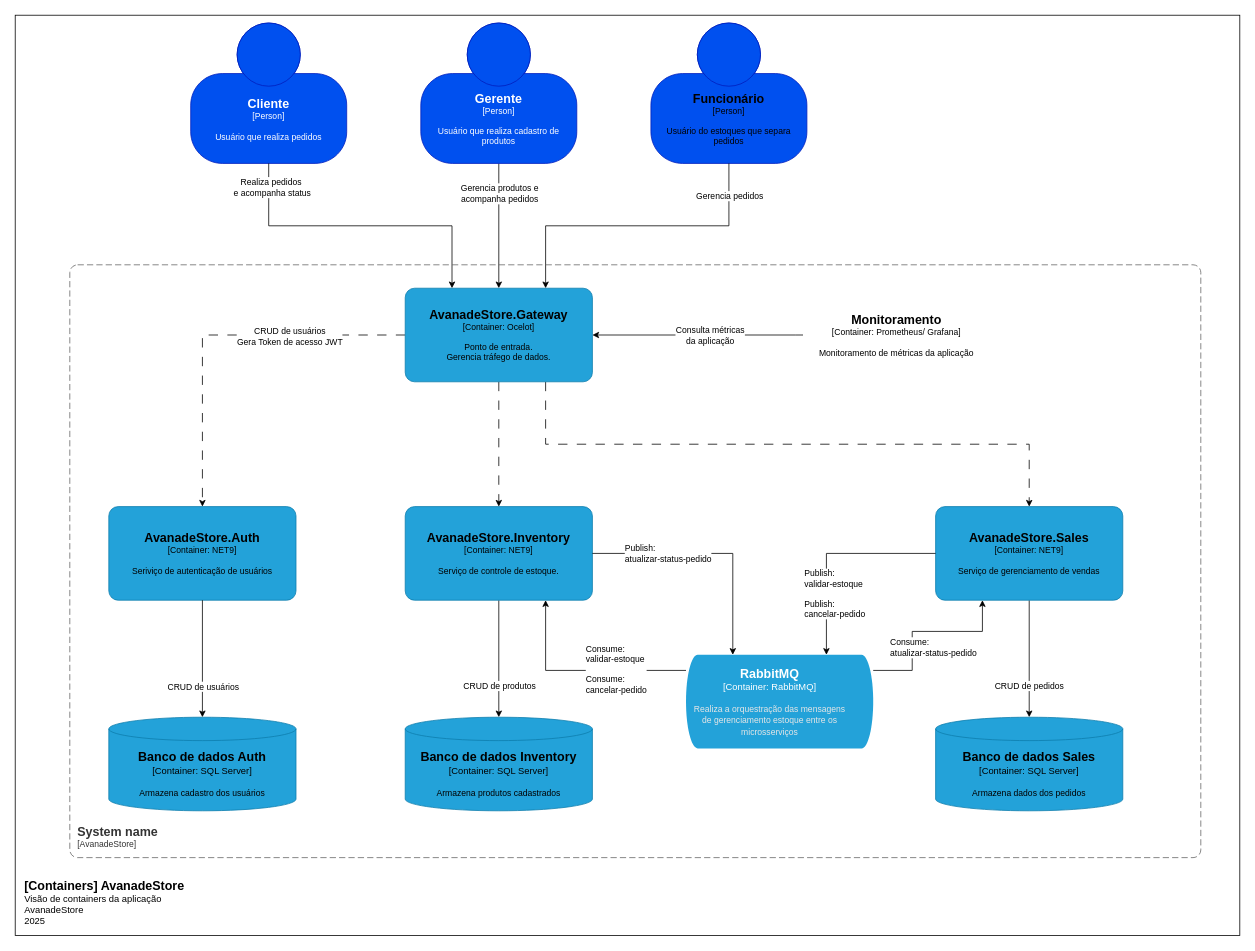
Before: page "Containers" (2 of 4) of AvanadeStore.Gateway/Diagrams/AvanadeStore-Microservices.drawio in b01tech/AvanadeStore-Microservices, a draw.io diagram. Source tidied: cells renumbered, new cells numbered last; positions are measured from the earlier drawing's top-left corner, leaving out a move shared by most shapes. Both pictures are drawn from the tidied source at 78%, with x=0, y=0 at pixel (15, 15).
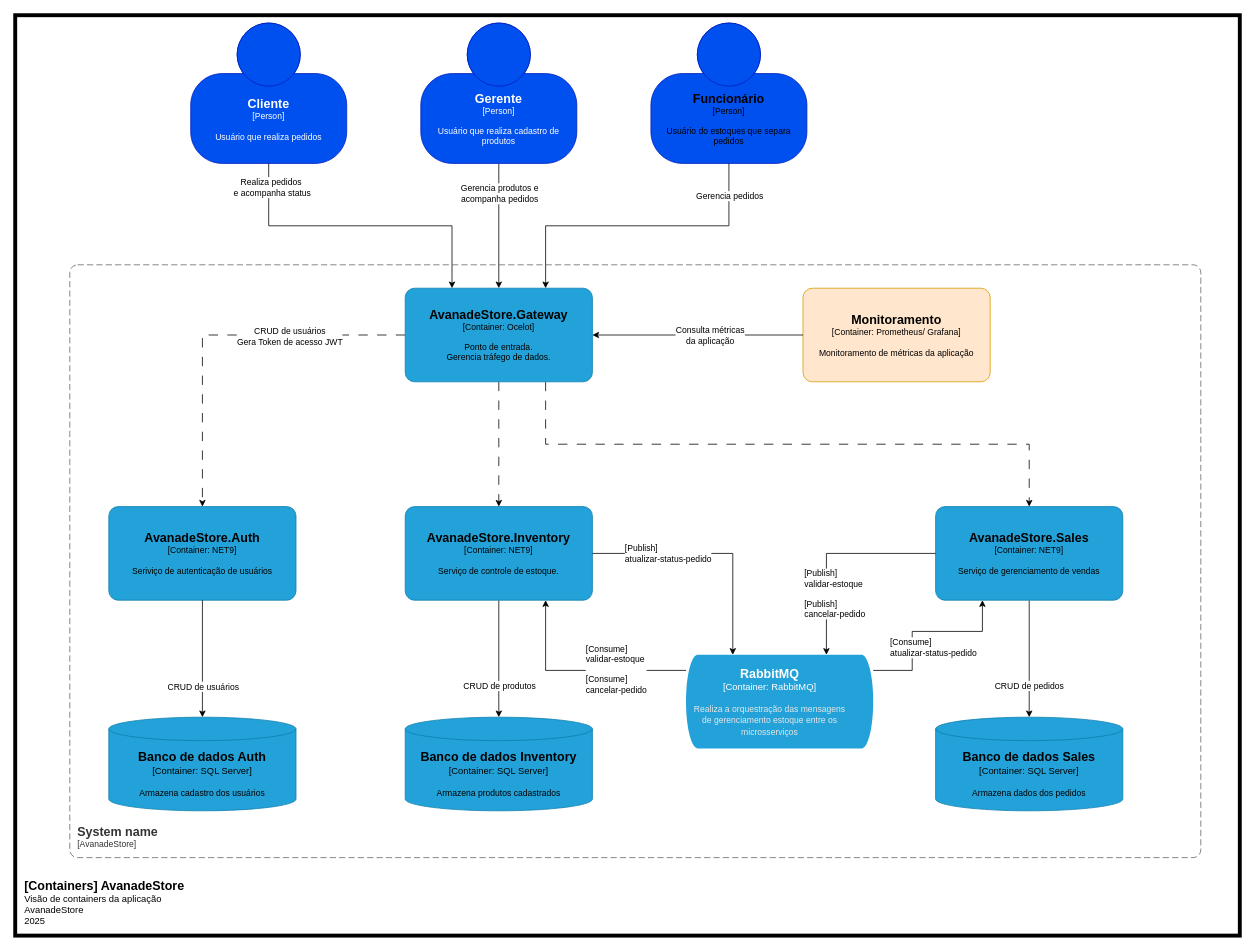
Above is the later version.

Commit message (it also covers changes not shown here):
docs: update system context diagrams

The change refers to these unchanged cells:
```xml
<mxCell id="34" style="edgeStyle=orthogonalEdgeStyle;rounded=0;jettySize=auto;html=1;entryX=0;entryY=0.75;entryDx=0;entryDy=0;entryPerimeter=0;" parent="1" edge="1" source="18" target="23">
  <mxGeometry relative="1" as="geometry" />
</mxCell>
<mxCell id="36" style="edgeStyle=orthogonalEdgeStyle;rounded=0;jettySize=auto;html=1;entryX=0;entryY=0.25;entryDx=0;entryDy=0;entryPerimeter=0;" parent="1" edge="1" source="20" target="23">
  <mxGeometry relative="1" as="geometry" />
</mxCell>
<mxCell id="38" style="edgeStyle=orthogonalEdgeStyle;rounded=0;jettySize=auto;html=1;entryX=0.25;entryY=1;entryDx=0;entryDy=0;entryPerimeter=0;" parent="1" edge="1" source="23" target="20">
  <mxGeometry relative="1" as="geometry">
    <Array as="points">
      <mxPoint x="1150" y="840" />
      <mxPoint x="1150" y="790" />
      <mxPoint x="1240" y="790" />
    </Array>
  </mxGeometry>
</mxCell>
<mxCell id="40" style="edgeStyle=orthogonalEdgeStyle;rounded=0;jettySize=auto;html=1;entryX=0.75;entryY=1;entryDx=0;entryDy=0;entryPerimeter=0;" parent="1" edge="1" source="23" target="18">
  <mxGeometry relative="1" as="geometry">
    <Array as="points">
      <mxPoint x="680" y="840" />
    </Array>
  </mxGeometry>
</mxCell>
```

The edit, as a diff of the source:
```diff
@@
-    <mxCell id="2" style="rounded=0;whiteSpace=wrap;html=1;fillColor=none;" parent="1" vertex="1">
+    <mxCell id="2" style="rounded=0;whiteSpace=wrap;html=1;fillColor=none;strokeWidth=5;" parent="1" vertex="1">
       <mxGeometry width="1570" height="1180" as="geometry" />
     </mxCell>
@@
     <object id="13" label="&lt;font style=&quot;font-size: 16px&quot;&gt;&lt;b&gt;%c4Name%&lt;/b&gt;&lt;/font&gt;&lt;div&gt;[%c4Type%: %c4Technology%]&lt;/div&gt;&lt;br&gt;&lt;div&gt;&lt;font style=&quot;font-size: 11px&quot;&gt;&lt;font&gt;%c4Description%&lt;/font&gt;&lt;/font&gt;&lt;/div&gt;" c4Description="Monitoramento de métricas da aplicação" c4Name="Monitoramento" c4Technology="Prometheus/ Grafana" c4Type="Container" placeholders="1">
-      <mxCell style="rounded=1;whiteSpace=wrap;html=1;fontSize=11;labelBackgroundColor=none;fillColor=light-dark(#FFFFFF,#994C00);fontColor=default;align=center;arcSize=10;strokeColor=none;points=[[0.25,0,0],[0.5,0,0],[0.75,0,0],[1,0.25,0],[1,0.5,0],[1,0.75,0],[0.75,1,0],[0.5,1,0],[0.25,1,0],[0,0.75,0],[0,0.5,0],[0,0.25,0]];" parent="1" vertex="1">
+      <mxCell style="rounded=1;whiteSpace=wrap;html=1;fontSize=11;labelBackgroundColor=none;fillColor=#ffe6cc;align=center;arcSize=10;strokeColor=#d79b00;points=[[0.25,0,0],[0.5,0,0],[0.75,0,0],[1,0.25,0],[1,0.5,0],[1,0.75,0],[0.75,1,0],[0.5,1,0],[0.25,1,0],[0,0.75,0],[0,0.5,0],[0,0.25,0]];shadow=0;" parent="1" vertex="1">
         <mxGeometry x="1010" y="350" width="240" height="120" as="geometry" />
       </mxCell>
     </object>
@@
-    <mxCell id="35" value="Publish:&amp;nbsp;&lt;div&gt;atualizar-status-pedido&lt;/div&gt;" style="edgeLabel;html=1;align=left;verticalAlign=middle;" parent="34" vertex="1">
+    <mxCell id="35" value="[Publish]&lt;div&gt;atualizar-status-pedido&lt;/div&gt;" style="edgeLabel;html=1;align=left;verticalAlign=middle;" parent="34" vertex="1">
       <mxGeometry x="0.31" y="-2" relative="1" as="geometry">
         <mxPoint x="-138" y="-23" as="offset" />
       </mxGeometry>
     </mxCell>
@@
-    <mxCell id="37" value="Publish:&amp;nbsp;&lt;div&gt;validar-estoque&lt;div&gt;&lt;br&gt;&lt;div&gt;&lt;span style=&quot;background-color: light-dark(#ffffff, var(--ge-dark-color, #121212)); color: light-dark(rgb(0, 0, 0), rgb(255, 255, 255));&quot;&gt;Publish&lt;/span&gt;:&amp;nbsp;&lt;/div&gt;&lt;div&gt;cancelar-pedido&lt;/div&gt;&lt;/div&gt;&lt;/div&gt;" style="edgeLabel;html=1;align=left;verticalAlign=middle;" parent="36" vertex="1">
+    <mxCell id="37" value="[Publish]&lt;div&gt;validar-estoque&lt;div&gt;&lt;br&gt;&lt;div&gt;&lt;span style=&quot;background-color: light-dark(#ffffff, var(--ge-dark-color, #121212)); color: light-dark(rgb(0, 0, 0), rgb(255, 255, 255));&quot;&gt;[Publish]&lt;/span&gt;&amp;nbsp;&lt;/div&gt;&lt;div&gt;cancelar-pedido&lt;/div&gt;&lt;/div&gt;&lt;/div&gt;" style="edgeLabel;html=1;align=left;verticalAlign=middle;" parent="36" vertex="1">
       <mxGeometry x="0.1" y="-1" relative="1" as="geometry">
         <mxPoint x="-29" y="42" as="offset" />
       </mxGeometry>
     </mxCell>
@@
-    <mxCell id="39" value="Consume:&lt;div&gt;atualizar-status-pedido&lt;/div&gt;" style="edgeLabel;html=1;align=left;verticalAlign=middle;" parent="38" vertex="1">
+    <mxCell id="39" value="[Consume]&lt;div&gt;atualizar-status-pedido&lt;/div&gt;" style="edgeLabel;html=1;align=left;verticalAlign=middle;" parent="38" vertex="1">
       <mxGeometry x="-0.32" relative="1" as="geometry">
         <mxPoint x="-30" y="-2" as="offset" />
       </mxGeometry>
     </mxCell>
@@
-    <mxCell id="41" value="&lt;div style=&quot;&quot;&gt;&lt;span style=&quot;background-color: light-dark(#ffffff, var(--ge-dark-color, #121212)); color: light-dark(rgb(0, 0, 0), rgb(255, 255, 255));&quot;&gt;Consume:&amp;nbsp;&lt;/span&gt;&lt;/div&gt;&lt;div&gt;&lt;div style=&quot;&quot;&gt;&lt;span style=&quot;background-color: light-dark(#ffffff, var(--ge-dark-color, #121212)); color: light-dark(rgb(0, 0, 0), rgb(255, 255, 255));&quot;&gt;validar-estoque&lt;/span&gt;&lt;/div&gt;&lt;div style=&quot;&quot;&gt;&lt;span style=&quot;background-color: light-dark(#ffffff, var(--ge-dark-color, #121212)); color: light-dark(rgb(0, 0, 0), rgb(255, 255, 255));&quot;&gt;&lt;br&gt;&lt;/span&gt;&lt;/div&gt;&lt;div style=&quot;&quot;&gt;&lt;span style=&quot;color: light-dark(rgb(0, 0, 0), rgb(255, 255, 255));&quot;&gt;Consume&lt;/span&gt;:&amp;nbsp;&lt;/div&gt;&lt;div style=&quot;&quot;&gt;cancelar-pedido&lt;/div&gt;&lt;/div&gt;" style="edgeLabel;html=1;align=left;verticalAlign=middle;" parent="40" vertex="1">
+    <mxCell id="41" value="&lt;div style=&quot;&quot;&gt;&lt;span style=&quot;background-color: light-dark(#ffffff, var(--ge-dark-color, #121212)); color: light-dark(rgb(0, 0, 0), rgb(255, 255, 255));&quot;&gt;[Consume]&amp;nbsp;&lt;/span&gt;&lt;/div&gt;&lt;div&gt;&lt;div style=&quot;&quot;&gt;&lt;span style=&quot;background-color: light-dark(#ffffff, var(--ge-dark-color, #121212)); color: light-dark(rgb(0, 0, 0), rgb(255, 255, 255));&quot;&gt;validar-estoque&lt;/span&gt;&lt;/div&gt;&lt;div style=&quot;&quot;&gt;&lt;span style=&quot;background-color: light-dark(#ffffff, var(--ge-dark-color, #121212)); color: light-dark(rgb(0, 0, 0), rgb(255, 255, 255));&quot;&gt;&lt;br&gt;&lt;/span&gt;&lt;/div&gt;&lt;div style=&quot;&quot;&gt;&lt;span style=&quot;color: light-dark(rgb(0, 0, 0), rgb(255, 255, 255));&quot;&gt;[Consume]&lt;/span&gt;&amp;nbsp;&lt;/div&gt;&lt;div style=&quot;&quot;&gt;cancelar-pedido&lt;/div&gt;&lt;/div&gt;" style="edgeLabel;html=1;align=left;verticalAlign=middle;" parent="40" vertex="1">
       <mxGeometry x="-0.15" y="-2" relative="1" as="geometry">
         <mxPoint x="-15" as="offset" />
       </mxGeometry>
     </mxCell>
```
